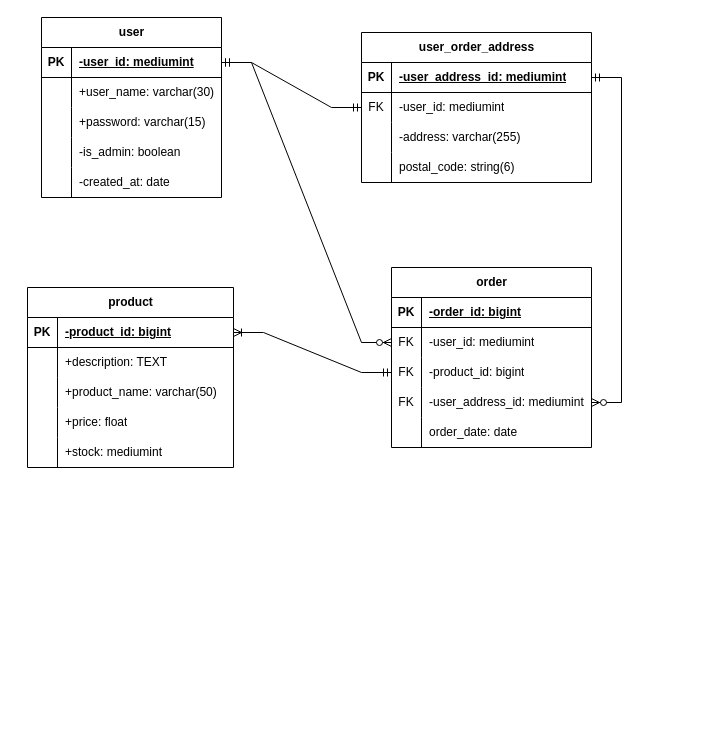
The draw.io diagram documents/implementatie model ERD corleone_calzone_pizza v0.1.drawio in RoanvdamSchool/Corleone-Calzone, before the edit. Source tidied: cells renumbered, new cells numbered last; positions are measured from the earlier drawing's top-left corner, leaving out a move shared by most shapes. Both pictures are drawn from the tidied source at 100%, with x=0, y=0 at pixel (27, 17).
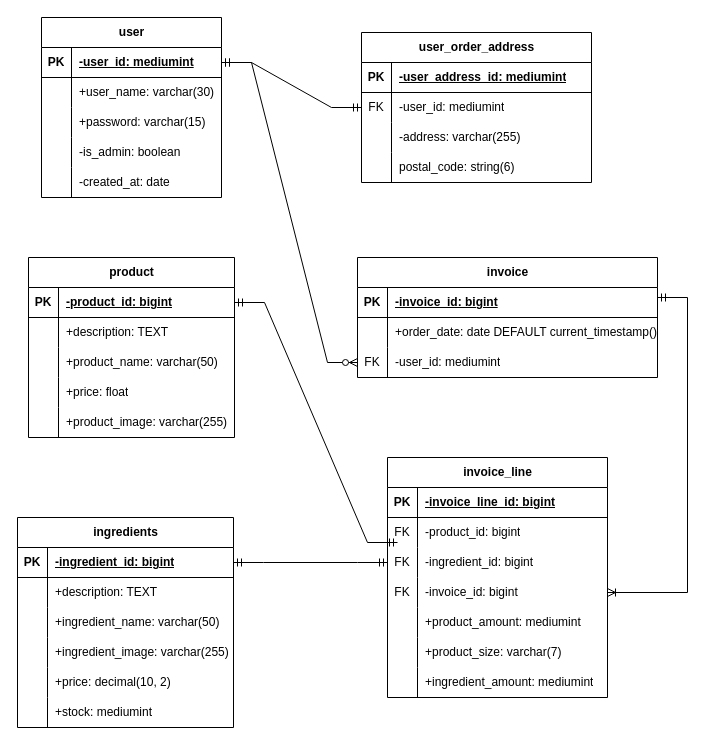
After the change.

Unchanged cells that the change refers to:
```xml
<mxCell id="3" style="shape=tableRow;horizontal=0;startSize=0;swimlaneHead=0;swimlaneBody=0;fillColor=none;points=[[0,0.5],[1,0.5]];portConstraint=eastwest;top=0;left=0;right=0;bottom=1;" parent="2" vertex="1">
  <mxGeometry y="30" width="180" height="30" as="geometry" />
</mxCell>
<mxCell id="19" style="shape=tableRow;horizontal=0;startSize=0;swimlaneHead=0;swimlaneBody=0;fillColor=none;points=[[0,0.5],[1,0.5]];portConstraint=eastwest;top=0;left=0;right=0;bottom=1;" parent="18" vertex="1">
  <mxGeometry y="30" width="206" height="30" as="geometry" />
</mxCell>
<mxCell id="31" style="shape=tableRow;horizontal=0;startSize=0;swimlaneHead=0;swimlaneBody=0;fillColor=none;top=0;left=0;right=0;bottom=0;" parent="18" vertex="1">
  <mxGeometry y="150" width="206" height="30" as="geometry" />
</mxCell>
<mxCell id="53" style="shape=tableRow;horizontal=0;startSize=0;swimlaneHead=0;swimlaneBody=0;fillColor=none;points=[[0,0.5],[1,0.5]];portConstraint=eastwest;top=0;left=0;right=0;bottom=1;" parent="52" vertex="1">
  <mxGeometry y="30" width="230" height="30" as="geometry" />
</mxCell>
```

The edit, as a diff of the source:
```diff
@@
     <mxCell id="18" value="product" style="shape=table;startSize=30;childLayout=tableLayout;rowLines=0;fontStyle=1;align=center;html=1;" parent="1" vertex="1">
-      <mxGeometry y="270" width="206" height="180" as="geometry" />
+      <mxGeometry x="1" y="240" width="206" height="180" as="geometry" />
     </mxCell>
@@
-    <mxCell id="33" value="+stock: mediumint" style="shape=partialRectangle;fillColor=none;top=0;left=0;bottom=0;right=0;align=left;spacingLeft=6;overflow=hidden;whiteSpace=wrap;html=1;" parent="31" vertex="1">
+    <mxCell id="33" value="+product_image: varchar(255)" style="shape=partialRectangle;fillColor=none;top=0;left=0;bottom=0;right=0;align=left;spacingLeft=6;overflow=hidden;whiteSpace=wrap;html=1;" parent="31" vertex="1">
       <mxGeometry x="30" width="176" height="30" as="geometry" />
     </mxCell>
-    <mxCell id="34" value="order" style="shape=table;startSize=30;childLayout=tableLayout;rowLines=0;fontStyle=1;align=center;html=1;" parent="1" vertex="1">
-      <mxGeometry x="364" y="250" width="200" height="180" as="geometry" />
-    </mxCell>
-    <mxCell id="35" style="shape=tableRow;horizontal=0;startSize=0;swimlaneHead=0;swimlaneBody=0;fillColor=none;top=0;left=0;right=0;bottom=1;" parent="34" vertex="1">
-      <mxGeometry y="30" width="200" height="30" as="geometry" />
-    </mxCell>
-    <mxCell id="36" value="PK" style="shape=partialRectangle;fillColor=none;top=0;left=0;bottom=0;right=0;fontStyle=1;overflow=hidden;whiteSpace=wrap;html=1;" parent="35" vertex="1">
-      <mxGeometry width="30" height="30" as="geometry" />
-    </mxCell>
-    <mxCell id="37" value="-order_id: bigint" style="shape=partialRectangle;fillColor=none;top=0;left=0;bottom=0;right=0;align=left;spacingLeft=6;fontStyle=5;overflow=hidden;whiteSpace=wrap;html=1;" parent="35" vertex="1">
-      <mxGeometry x="30" width="170" height="30" as="geometry" />
-    </mxCell>
-    <mxCell id="38" style="shape=tableRow;horizontal=0;startSize=0;swimlaneHead=0;swimlaneBody=0;fillColor=none;points=[[0,0.5],[1,0.5]];portConstraint=eastwest;top=0;left=0;right=0;bottom=0;" parent="34" vertex="1">
-      <mxGeometry y="60" width="200" height="30" as="geometry" />
-    </mxCell>
-    <mxCell id="39" value="FK" style="shape=partialRectangle;fillColor=none;top=0;left=0;bottom=0;right=0;overflow=hidden;whiteSpace=wrap;html=1;" parent="38" vertex="1">
-      <mxGeometry width="30" height="30" as="geometry" />
-    </mxCell>
-    <mxCell id="40" value="-user_id: mediumint" style="shape=partialRectangle;fillColor=none;top=0;left=0;bottom=0;right=0;align=left;spacingLeft=6;overflow=hidden;whiteSpace=wrap;html=1;" parent="38" vertex="1">
-      <mxGeometry x="30" width="170" height="30" as="geometry" />
-    </mxCell>
-    <mxCell id="41" style="shape=tableRow;horizontal=0;startSize=0;swimlaneHead=0;swimlaneBody=0;fillColor=none;points=[[0,0.5],[1,0.5]];portConstraint=eastwest;top=0;left=0;right=0;bottom=0;" parent="34" vertex="1">
-      <mxGeometry y="90" width="200" height="30" as="geometry" />
-    </mxCell>
-    <mxCell id="42" value="FK" style="shape=partialRectangle;fillColor=none;top=0;left=0;bottom=0;right=0;overflow=hidden;whiteSpace=wrap;html=1;" parent="41" vertex="1">
-      <mxGeometry width="30" height="30" as="geometry" />
-    </mxCell>
-    <mxCell id="43" value="-product_id: bigint" style="shape=partialRectangle;fillColor=none;top=0;left=0;bottom=0;right=0;align=left;spacingLeft=6;overflow=hidden;whiteSpace=wrap;html=1;" parent="41" vertex="1">
-      <mxGeometry x="30" width="170" height="30" as="geometry" />
-    </mxCell>
-    <mxCell id="44" style="shape=tableRow;horizontal=0;startSize=0;swimlaneHead=0;swimlaneBody=0;fillColor=none;points=[[0,0.5],[1,0.5]];portConstraint=eastwest;top=0;left=0;right=0;bottom=0;" parent="34" vertex="1">
-      <mxGeometry y="120" width="200" height="30" as="geometry" />
-    </mxCell>
-    <mxCell id="45" value="FK" style="shape=partialRectangle;fillColor=none;top=0;left=0;bottom=0;right=0;overflow=hidden;whiteSpace=wrap;html=1;" parent="44" vertex="1">
-      <mxGeometry width="30" height="30" as="geometry" />
-    </mxCell>
-    <mxCell id="46" value="-user_address_id: mediumint" style="shape=partialRectangle;fillColor=none;top=0;left=0;bottom=0;right=0;align=left;spacingLeft=6;overflow=hidden;whiteSpace=wrap;html=1;" parent="44" vertex="1">
-      <mxGeometry x="30" width="170" height="30" as="geometry" />
-    </mxCell>
-    <mxCell id="47" style="shape=tableRow;horizontal=0;startSize=0;swimlaneHead=0;swimlaneBody=0;fillColor=none;top=0;left=0;right=0;bottom=0;" parent="34" vertex="1">
-      <mxGeometry y="150" width="200" height="30" as="geometry" />
-    </mxCell>
-    <mxCell id="48" style="shape=partialRectangle;fillColor=none;top=0;left=0;bottom=0;right=0;overflow=hidden;whiteSpace=wrap;html=1;" parent="47" vertex="1">
-      <mxGeometry width="30" height="30" as="geometry" />
-    </mxCell>
-    <mxCell id="49" value="order_date: date" style="shape=partialRectangle;fillColor=none;top=0;left=0;bottom=0;right=0;align=left;spacingLeft=6;overflow=hidden;whiteSpace=wrap;html=1;" parent="47" vertex="1">
-      <mxGeometry x="30" width="170" height="30" as="geometry" />
-    </mxCell>
-    <mxCell id="50" style="edgeStyle=entityRelationEdgeStyle;fontSize=12;html=1;endArrow=ERoneToMany;startArrow=ERmandOne;rounded=0;entryX=1;entryY=0.5;entryDx=0;entryDy=0;exitX=0;exitY=0.5;exitDx=0;exitDy=0;" parent="1" edge="1" source="41" target="19">
-      <mxGeometry relative="1" as="geometry" />
-    </mxCell>
-    <mxCell id="51" style="edgeStyle=entityRelationEdgeStyle;fontSize=12;html=1;endArrow=ERzeroToMany;startArrow=ERmandOne;rounded=0;exitX=1;exitY=0.5;exitDx=0;exitDy=0;entryX=0;entryY=0.5;entryDx=0;entryDy=0;" parent="1" edge="1" source="3" target="38">
-      <mxGeometry relative="1" as="geometry" />
-    </mxCell>
@@
-    <mxCell id="66" style="edgeStyle=entityRelationEdgeStyle;fontSize=12;html=1;endArrow=ERzeroToMany;startArrow=ERmandOne;rounded=0;entryX=1;entryY=0.5;entryDx=0;entryDy=0;" parent="1" edge="1" source="53" target="44">
-      <mxGeometry relative="1" as="geometry" />
-    </mxCell>
+    <mxCell id="67" value="invoice" style="shape=table;startSize=30;childLayout=tableLayout;rowLines=0;fontStyle=1;align=center;html=1;" parent="1" vertex="1">
+      <mxGeometry x="330" y="240" width="300" height="120" as="geometry" />
+    </mxCell>
+    <mxCell id="68" style="shape=tableRow;horizontal=0;startSize=0;swimlaneHead=0;swimlaneBody=0;fillColor=none;top=0;left=0;right=0;bottom=1;" parent="67" vertex="1">
+      <mxGeometry y="30" width="300" height="30" as="geometry" />
+    </mxCell>
+    <mxCell id="69" value="PK" style="shape=partialRectangle;fillColor=none;top=0;left=0;bottom=0;right=0;fontStyle=1;overflow=hidden;whiteSpace=wrap;html=1;" parent="68" vertex="1">
+      <mxGeometry width="30" height="30" as="geometry" />
+    </mxCell>
+    <mxCell id="70" value="-invoice_id: bigint" style="shape=partialRectangle;fillColor=none;top=0;left=0;bottom=0;right=0;align=left;spacingLeft=6;fontStyle=5;overflow=hidden;whiteSpace=wrap;html=1;" parent="68" vertex="1">
+      <mxGeometry x="30" width="270" height="30" as="geometry" />
+    </mxCell>
+    <mxCell id="71" style="shape=tableRow;horizontal=0;startSize=0;swimlaneHead=0;swimlaneBody=0;fillColor=none;top=0;left=0;right=0;bottom=0;" parent="67" vertex="1">
+      <mxGeometry y="60" width="300" height="30" as="geometry" />
+    </mxCell>
+    <mxCell id="72" style="shape=partialRectangle;fillColor=none;top=0;left=0;bottom=0;right=0;overflow=hidden;whiteSpace=wrap;html=1;" parent="71" vertex="1">
+      <mxGeometry width="30" height="30" as="geometry" />
+    </mxCell>
+    <mxCell id="73" value="+order_date: date DEFAULT current_timestamp()" style="shape=partialRectangle;fillColor=none;top=0;left=0;bottom=0;right=0;align=left;spacingLeft=6;overflow=hidden;whiteSpace=wrap;html=1;" parent="71" vertex="1">
+      <mxGeometry x="30" width="270" height="30" as="geometry" />
+    </mxCell>
+    <mxCell id="74" style="shape=tableRow;horizontal=0;startSize=0;swimlaneHead=0;swimlaneBody=0;fillColor=none;points=[[0,0.5],[1,0.5]];portConstraint=eastwest;top=0;left=0;right=0;bottom=0;" parent="67" vertex="1">
+      <mxGeometry y="90" width="300" height="30" as="geometry" />
+    </mxCell>
+    <mxCell id="75" value="FK" style="shape=partialRectangle;fillColor=none;top=0;left=0;bottom=0;right=0;overflow=hidden;whiteSpace=wrap;html=1;" parent="74" vertex="1">
+      <mxGeometry width="30" height="30" as="geometry" />
+    </mxCell>
+    <mxCell id="40" value="-user_id: mediumint" style="shape=partialRectangle;fillColor=none;top=0;left=0;bottom=0;right=0;align=left;spacingLeft=6;overflow=hidden;whiteSpace=wrap;html=1;" parent="74" vertex="1">
+      <mxGeometry x="30" width="270" height="30" as="geometry" />
+    </mxCell>
+    <mxCell id="76" value="invoice_line" style="shape=table;startSize=30;childLayout=tableLayout;rowLines=0;fontStyle=1;align=center;html=1;" parent="1" vertex="1">
+      <mxGeometry x="360" y="440" width="220" height="240" as="geometry" />
+    </mxCell>
+    <mxCell id="77" style="shape=tableRow;horizontal=0;startSize=0;swimlaneHead=0;swimlaneBody=0;fillColor=none;top=0;left=0;right=0;bottom=1;" parent="76" vertex="1">
+      <mxGeometry y="30" width="220" height="30" as="geometry" />
+    </mxCell>
+    <mxCell id="78" value="PK" style="shape=partialRectangle;fillColor=none;top=0;left=0;bottom=0;right=0;fontStyle=1;overflow=hidden;whiteSpace=wrap;html=1;" parent="77" vertex="1">
+      <mxGeometry width="30" height="30" as="geometry" />
+    </mxCell>
+    <mxCell id="79" value="-invoice_line_id: bigint" style="shape=partialRectangle;fillColor=none;top=0;left=0;bottom=0;right=0;align=left;spacingLeft=6;fontStyle=5;overflow=hidden;whiteSpace=wrap;html=1;" parent="77" vertex="1">
+      <mxGeometry x="30" width="190" height="30" as="geometry" />
+    </mxCell>
+    <mxCell id="80" style="shape=tableRow;horizontal=0;startSize=0;swimlaneHead=0;swimlaneBody=0;fillColor=none;top=0;left=0;right=0;bottom=0;" parent="76" vertex="1">
+      <mxGeometry y="60" width="220" height="30" as="geometry" />
+    </mxCell>
+    <mxCell id="81" value="FK" style="shape=partialRectangle;fillColor=none;top=0;left=0;bottom=0;right=0;overflow=hidden;whiteSpace=wrap;html=1;" parent="80" vertex="1">
+      <mxGeometry width="30" height="30" as="geometry" />
+    </mxCell>
+    <mxCell id="43" value="-product_id: bigint" style="shape=partialRectangle;fillColor=none;top=0;left=0;bottom=0;right=0;align=left;spacingLeft=6;overflow=hidden;whiteSpace=wrap;html=1;" parent="80" vertex="1">
+      <mxGeometry x="30" width="190" height="30" as="geometry" />
+    </mxCell>
+    <mxCell id="82" style="shape=tableRow;horizontal=0;startSize=0;swimlaneHead=0;swimlaneBody=0;fillColor=none;points=[[0,0.5],[1,0.5]];portConstraint=eastwest;top=0;left=0;right=0;bottom=0;" parent="76" vertex="1">
+      <mxGeometry y="90" width="220" height="30" as="geometry" />
+    </mxCell>
+    <mxCell id="83" value="FK" style="shape=partialRectangle;fillColor=none;top=0;left=0;bottom=0;right=0;overflow=hidden;whiteSpace=wrap;html=1;" parent="82" vertex="1">
+      <mxGeometry width="30" height="30" as="geometry" />
+    </mxCell>
+    <mxCell id="84" value="-ingredient_id: bigint" style="shape=partialRectangle;fillColor=none;top=0;left=0;bottom=0;right=0;align=left;spacingLeft=6;overflow=hidden;whiteSpace=wrap;html=1;" parent="82" vertex="1">
+      <mxGeometry x="30" width="190" height="30" as="geometry" />
+    </mxCell>
+    <mxCell id="85" style="shape=tableRow;horizontal=0;startSize=0;swimlaneHead=0;swimlaneBody=0;fillColor=none;points=[[0,0.5],[1,0.5]];portConstraint=eastwest;top=0;left=0;right=0;bottom=0;" parent="76" vertex="1">
+      <mxGeometry y="120" width="220" height="30" as="geometry" />
+    </mxCell>
+    <mxCell id="86" value="FK" style="shape=partialRectangle;fillColor=none;top=0;left=0;bottom=0;right=0;overflow=hidden;whiteSpace=wrap;html=1;" parent="85" vertex="1">
+      <mxGeometry width="30" height="30" as="geometry" />
+    </mxCell>
+    <mxCell id="87" value="-invoice_id: bigint" style="shape=partialRectangle;fillColor=none;top=0;left=0;bottom=0;right=0;align=left;spacingLeft=6;overflow=hidden;whiteSpace=wrap;html=1;" parent="85" vertex="1">
+      <mxGeometry x="30" width="190" height="30" as="geometry" />
+    </mxCell>
+    <mxCell id="88" style="shape=tableRow;horizontal=0;startSize=0;swimlaneHead=0;swimlaneBody=0;fillColor=none;top=0;left=0;right=0;bottom=0;" parent="76" vertex="1">
+      <mxGeometry y="150" width="220" height="30" as="geometry" />
+    </mxCell>
+    <mxCell id="89" style="shape=partialRectangle;fillColor=none;top=0;left=0;bottom=0;right=0;overflow=hidden;whiteSpace=wrap;html=1;" parent="88" vertex="1">
+      <mxGeometry width="30" height="30" as="geometry" />
+    </mxCell>
+    <mxCell id="90" value="+product_amount: mediumint" style="shape=partialRectangle;fillColor=none;top=0;left=0;bottom=0;right=0;align=left;spacingLeft=6;overflow=hidden;whiteSpace=wrap;html=1;" parent="88" vertex="1">
+      <mxGeometry x="30" width="190" height="30" as="geometry" />
+    </mxCell>
+    <mxCell id="91" style="shape=tableRow;horizontal=0;startSize=0;swimlaneHead=0;swimlaneBody=0;fillColor=none;top=0;left=0;right=0;bottom=0;" parent="76" vertex="1">
+      <mxGeometry y="180" width="220" height="30" as="geometry" />
+    </mxCell>
+    <mxCell id="92" style="shape=partialRectangle;fillColor=none;top=0;left=0;bottom=0;right=0;overflow=hidden;whiteSpace=wrap;html=1;" parent="91" vertex="1">
+      <mxGeometry width="30" height="30" as="geometry" />
+    </mxCell>
+    <mxCell id="93" value="+product_size: varchar(7)" style="shape=partialRectangle;fillColor=none;top=0;left=0;bottom=0;right=0;align=left;spacingLeft=6;overflow=hidden;whiteSpace=wrap;html=1;" parent="91" vertex="1">
+      <mxGeometry x="30" width="190" height="30" as="geometry" />
+    </mxCell>
+    <mxCell id="94" style="shape=tableRow;horizontal=0;startSize=0;swimlaneHead=0;swimlaneBody=0;fillColor=none;top=0;left=0;right=0;bottom=0;" parent="76" vertex="1">
+      <mxGeometry y="210" width="220" height="30" as="geometry" />
+    </mxCell>
+    <mxCell id="95" style="shape=partialRectangle;fillColor=none;top=0;left=0;bottom=0;right=0;overflow=hidden;whiteSpace=wrap;html=1;" parent="94" vertex="1">
+      <mxGeometry width="30" height="30" as="geometry" />
+    </mxCell>
+    <mxCell id="96" value="+ingredient_amount: mediumint" style="shape=partialRectangle;fillColor=none;top=0;left=0;bottom=0;right=0;align=left;spacingLeft=6;overflow=hidden;whiteSpace=wrap;html=1;" parent="94" vertex="1">
+      <mxGeometry x="30" width="190" height="30" as="geometry" />
+    </mxCell>
+    <mxCell id="97" value="ingredients" style="shape=table;startSize=30;childLayout=tableLayout;rowLines=0;fontStyle=1;align=center;html=1;" parent="1" vertex="1">
+      <mxGeometry x="-10" y="500" width="216" height="210" as="geometry" />
+    </mxCell>
+    <mxCell id="98" style="shape=tableRow;horizontal=0;startSize=0;swimlaneHead=0;swimlaneBody=0;fillColor=none;points=[[0,0.5],[1,0.5]];portConstraint=eastwest;top=0;left=0;right=0;bottom=1;" parent="97" vertex="1">
+      <mxGeometry y="30" width="216" height="30" as="geometry" />
+    </mxCell>
+    <mxCell id="99" value="PK" style="shape=partialRectangle;fillColor=none;top=0;left=0;bottom=0;right=0;fontStyle=1;overflow=hidden;whiteSpace=wrap;html=1;" parent="98" vertex="1">
+      <mxGeometry width="30" height="30" as="geometry" />
+    </mxCell>
+    <mxCell id="100" value="-ingredient_id: bigint" style="shape=partialRectangle;fillColor=none;top=0;left=0;bottom=0;right=0;align=left;spacingLeft=6;fontStyle=5;overflow=hidden;whiteSpace=wrap;html=1;" parent="98" vertex="1">
+      <mxGeometry x="30" width="186" height="30" as="geometry" />
+    </mxCell>
+    <mxCell id="101" style="shape=tableRow;horizontal=0;startSize=0;swimlaneHead=0;swimlaneBody=0;fillColor=none;top=0;left=0;right=0;bottom=0;" parent="97" vertex="1">
+      <mxGeometry y="60" width="216" height="30" as="geometry" />
+    </mxCell>
+    <mxCell id="102" style="shape=partialRectangle;fillColor=none;top=0;left=0;bottom=0;right=0;overflow=hidden;whiteSpace=wrap;html=1;" parent="101" vertex="1">
+      <mxGeometry width="30" height="30" as="geometry" />
+    </mxCell>
+    <mxCell id="103" value="+description: TEXT" style="shape=partialRectangle;fillColor=none;top=0;left=0;bottom=0;right=0;align=left;spacingLeft=6;overflow=hidden;whiteSpace=wrap;html=1;" parent="101" vertex="1">
+      <mxGeometry x="30" width="186" height="30" as="geometry" />
+    </mxCell>
+    <mxCell id="104" style="shape=tableRow;horizontal=0;startSize=0;swimlaneHead=0;swimlaneBody=0;fillColor=none;top=0;left=0;right=0;bottom=0;" parent="97" vertex="1">
+      <mxGeometry y="90" width="216" height="30" as="geometry" />
+    </mxCell>
+    <mxCell id="105" style="shape=partialRectangle;fillColor=none;top=0;left=0;bottom=0;right=0;overflow=hidden;whiteSpace=wrap;html=1;" parent="104" vertex="1">
+      <mxGeometry width="30" height="30" as="geometry" />
+    </mxCell>
+    <mxCell id="106" value="+ingredient_name: varchar(50)" style="shape=partialRectangle;fillColor=none;top=0;left=0;bottom=0;right=0;align=left;spacingLeft=6;overflow=hidden;whiteSpace=wrap;html=1;" parent="104" vertex="1">
+      <mxGeometry x="30" width="186" height="30" as="geometry" />
+    </mxCell>
+    <mxCell id="107" style="shape=tableRow;horizontal=0;startSize=0;swimlaneHead=0;swimlaneBody=0;fillColor=none;top=0;left=0;right=0;bottom=0;" parent="97" vertex="1">
+      <mxGeometry y="120" width="216" height="30" as="geometry" />
+    </mxCell>
+    <mxCell id="108" style="shape=partialRectangle;fillColor=none;top=0;left=0;bottom=0;right=0;overflow=hidden;whiteSpace=wrap;html=1;" parent="107" vertex="1">
+      <mxGeometry width="30" height="30" as="geometry" />
+    </mxCell>
+    <mxCell id="109" value="+ingredient_image: varchar(255)" style="shape=partialRectangle;fillColor=none;top=0;left=0;bottom=0;right=0;align=left;spacingLeft=6;overflow=hidden;whiteSpace=wrap;html=1;" parent="107" vertex="1">
+      <mxGeometry x="30" width="186" height="30" as="geometry" />
+    </mxCell>
+    <mxCell id="110" style="shape=tableRow;horizontal=0;startSize=0;swimlaneHead=0;swimlaneBody=0;fillColor=none;top=0;left=0;right=0;bottom=0;" parent="97" vertex="1">
+      <mxGeometry y="150" width="216" height="30" as="geometry" />
+    </mxCell>
+    <mxCell id="111" style="shape=partialRectangle;fillColor=none;top=0;left=0;bottom=0;right=0;overflow=hidden;whiteSpace=wrap;html=1;" parent="110" vertex="1">
+      <mxGeometry width="30" height="30" as="geometry" />
+    </mxCell>
+    <mxCell id="112" value="+price: decimal(10, 2)" style="shape=partialRectangle;fillColor=none;top=0;left=0;bottom=0;right=0;align=left;spacingLeft=6;overflow=hidden;whiteSpace=wrap;html=1;" parent="110" vertex="1">
+      <mxGeometry x="30" width="186" height="30" as="geometry" />
+    </mxCell>
+    <mxCell id="113" style="shape=tableRow;horizontal=0;startSize=0;swimlaneHead=0;swimlaneBody=0;fillColor=none;top=0;left=0;right=0;bottom=0;" parent="97" vertex="1">
+      <mxGeometry y="180" width="216" height="30" as="geometry" />
+    </mxCell>
+    <mxCell id="114" style="shape=partialRectangle;fillColor=none;top=0;left=0;bottom=0;right=0;overflow=hidden;whiteSpace=wrap;html=1;" parent="113" vertex="1">
+      <mxGeometry width="30" height="30" as="geometry" />
+    </mxCell>
+    <mxCell id="115" value="+stock: mediumint" style="shape=partialRectangle;fillColor=none;top=0;left=0;bottom=0;right=0;align=left;spacingLeft=6;overflow=hidden;whiteSpace=wrap;html=1;" parent="113" vertex="1">
+      <mxGeometry x="30" width="186" height="30" as="geometry" />
+    </mxCell>
+    <mxCell id="116" style="edgeStyle=entityRelationEdgeStyle;fontSize=12;html=1;endArrow=ERzeroToMany;startArrow=ERmandOne;rounded=0;exitX=1;exitY=0.5;exitDx=0;exitDy=0;entryX=0;entryY=0.5;entryDx=0;entryDy=0;" parent="1" edge="1" source="3" target="74">
+      <mxGeometry relative="1" as="geometry" />
+    </mxCell>
+    <mxCell id="117" style="edgeStyle=entityRelationEdgeStyle;fontSize=12;html=1;endArrow=ERoneToMany;startArrow=ERmandOne;rounded=0;entryX=1;entryY=0.5;entryDx=0;entryDy=0;" parent="1" edge="1" target="85">
+      <mxGeometry relative="1" as="geometry">
+        <mxPoint x="630" y="280" as="sourcePoint" />
+        <Array as="points">
+          <mxPoint x="698" y="370" />
+          <mxPoint x="678" y="370" />
+          <mxPoint x="698" y="370" />
+        </Array>
+      </mxGeometry>
+    </mxCell>
+    <mxCell id="118" style="edgeStyle=entityRelationEdgeStyle;fontSize=12;html=1;endArrow=ERmandOne;startArrow=ERmandOne;rounded=0;entryX=0;entryY=0.5;entryDx=0;entryDy=0;" parent="1" edge="1" source="98" target="82">
+      <mxGeometry relative="1" as="geometry" />
+    </mxCell>
+    <mxCell id="119" style="edgeStyle=entityRelationEdgeStyle;fontSize=12;html=1;endArrow=ERmandOne;startArrow=ERmandOne;rounded=0;exitX=1;exitY=0.5;exitDx=0;exitDy=0;entryX=0;entryY=0.5;entryDx=0;entryDy=0;" parent="1" edge="1" source="19">
+      <mxGeometry relative="1" as="geometry">
+        <mxPoint x="370" y="525" as="targetPoint" />
+      </mxGeometry>
+    </mxCell>
```
